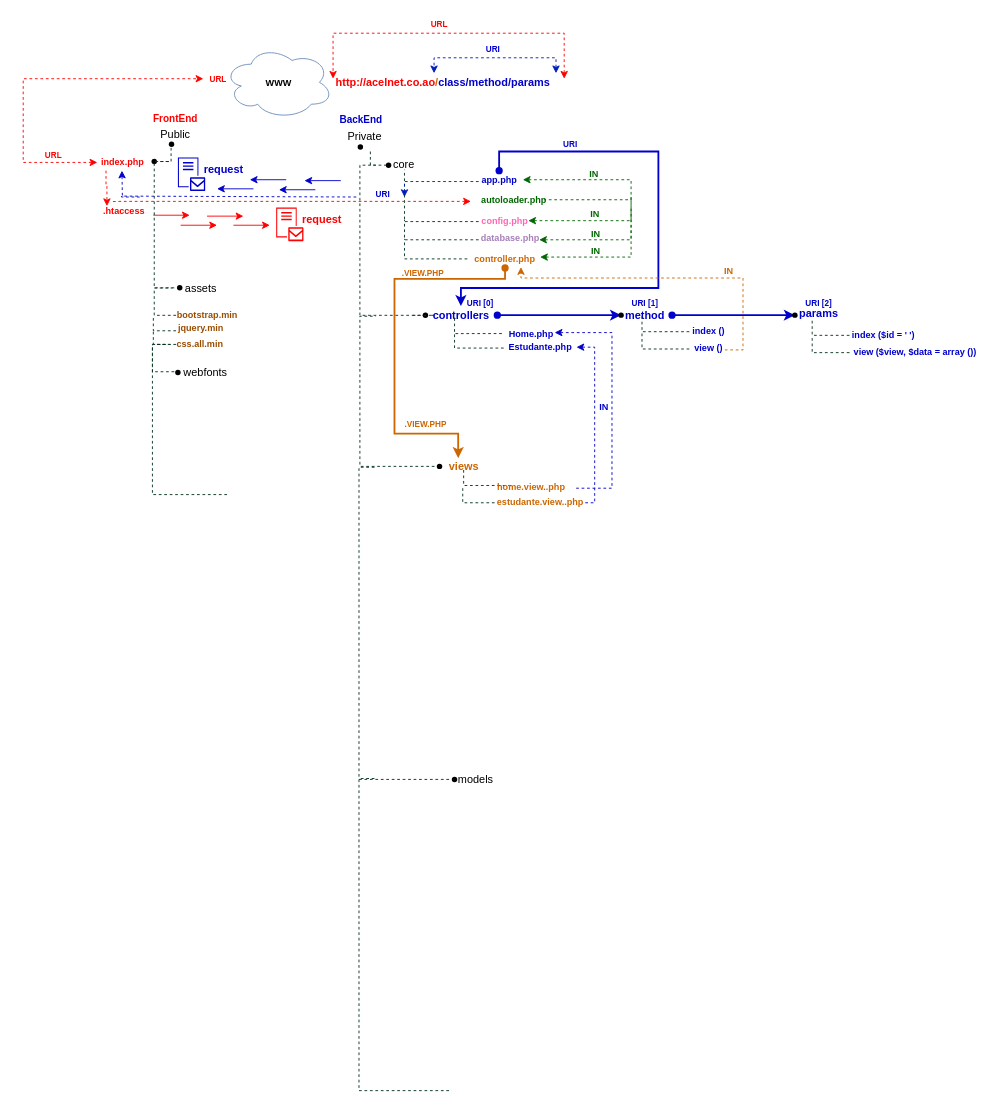
Earlier version of the draw.io diagram material/Diagrama_acelnet_school.drawio (acaluege/acelnet_school). Source tidied: cells renumbered, new cells numbered last; positions are measured from the earlier drawing's top-left corner, leaving out a move shared by most shapes. Both pictures are drawn from the tidied source at 91%, with x=0, y=0 at pixel (23, 15).
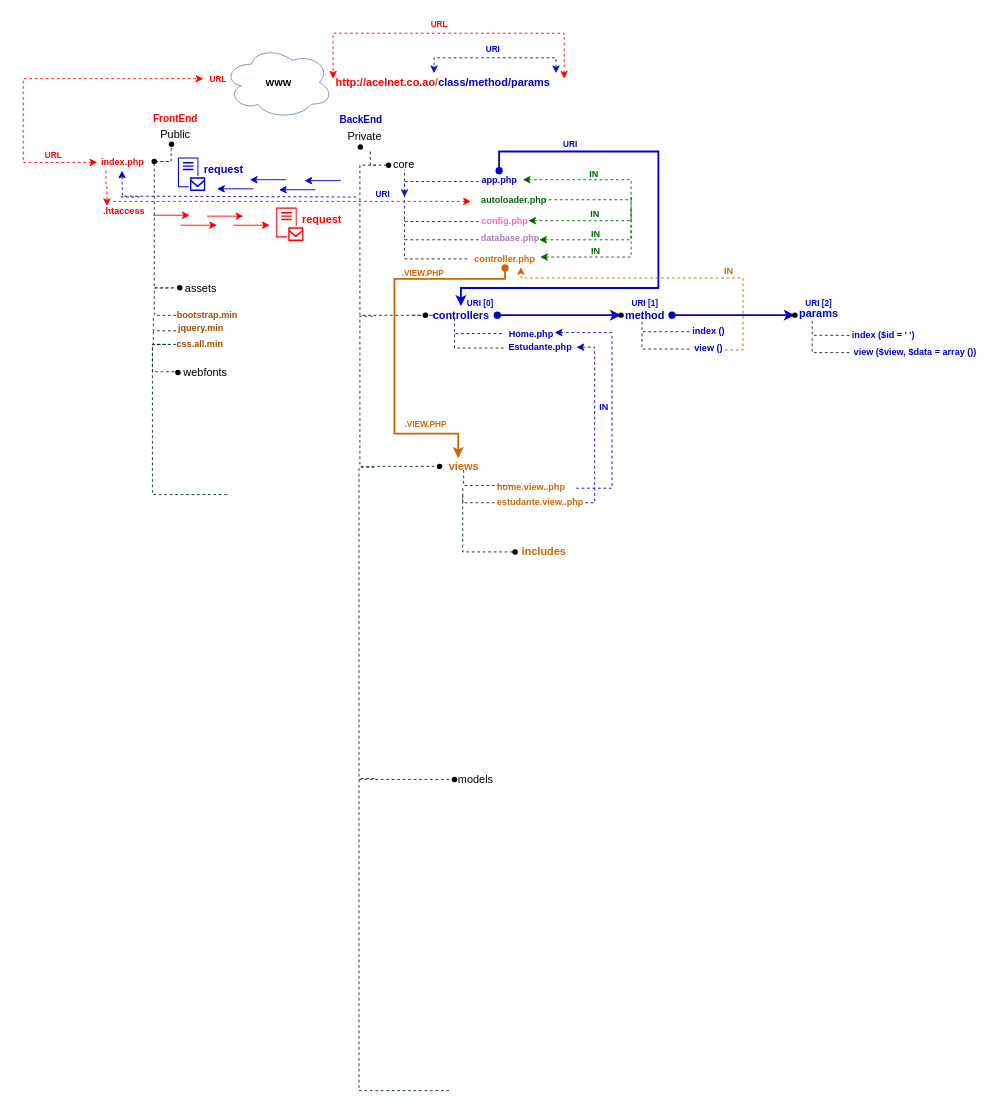
The same page after the edit.

Commit message (it also covers changes not shown here):
10 Signup page

The edit, as a diff of the source:
```diff
@@
+    <mxCell id="117" style="edgeStyle=orthogonalEdgeStyle;rounded=0;orthogonalLoop=1;jettySize=auto;html=1;dashed=1;startArrow=none;startFill=0;endArrow=none;endFill=0;strokeColor=#00331A;strokeWidth=1;" parent="1" edge="1">
+      <mxGeometry relative="1" as="geometry">
+        <mxPoint x="538" y="589" as="sourcePoint" />
+        <mxPoint x="483" y="526.8" as="targetPoint" />
+        <Array as="points">
+          <mxPoint x="518" y="589" />
+          <mxPoint x="483" y="589" />
+        </Array>
+      </mxGeometry>
+    </mxCell>
+    <mxCell id="118" style="shape=waypoint;sketch=0;fillStyle=solid;size=6;fillColor=none;perimeter=centerPerimeter;fontSize=10;" parent="1" vertex="1">
+      <mxGeometry x="520.5" y="569" width="40" height="40" as="geometry" />
+    </mxCell>
+    <mxCell id="119" value="includes" style="text;html=1;align=center;verticalAlign=middle;strokeColor=none;fillColor=none;fontSize=12;fontStyle=1;fontColor=#CC6600;" parent="1" vertex="1">
+      <mxGeometry x="542" y="579" width="60" height="20" as="geometry" />
+    </mxCell>
```
